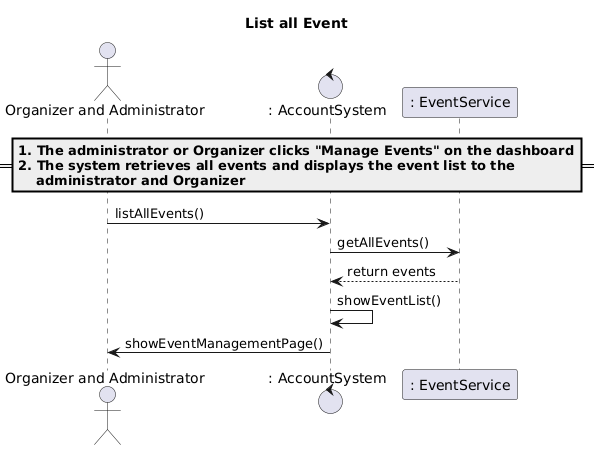
Before: 02-analysis/usecases/images/10-list-events.png, a diagram exported from PlantUML (mrle0429/Event-Management-System). Its diagram source:
```plantuml
@startuml
title List all Event

actor "Organizer and Administrator" as admin
control ": AccountSystem" as accountSys
participant ": EventService" as eventServ

== 1. The administrator or Organizer clicks "Manage Events" on the dashboard\n2. The system retrieves all events and displays the event list to the \n    administrator and Organizer ==
admin -> accountSys: listAllEvents()

accountSys -> eventServ: getAllEvents()
eventServ --> accountSys: return events

accountSys -> accountSys: showEventList()


accountSys -> admin: showEventManagementPage()
@enduml
```
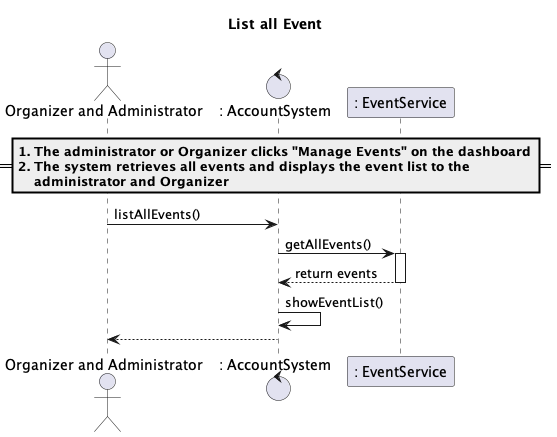
Above is the later version.

Change to the diagram source:
```diff
@@ -9,10 +9,11 @@
 admin -> accountSys: listAllEvents()
 
 accountSys -> eventServ: getAllEvents()
+activate eventServ
 eventServ --> accountSys: return events
-
+deactivate eventServ
 accountSys -> accountSys: showEventList()
 
 
-accountSys -> admin: showEventManagementPage()
+accountSys --> admin:
 @enduml
```
